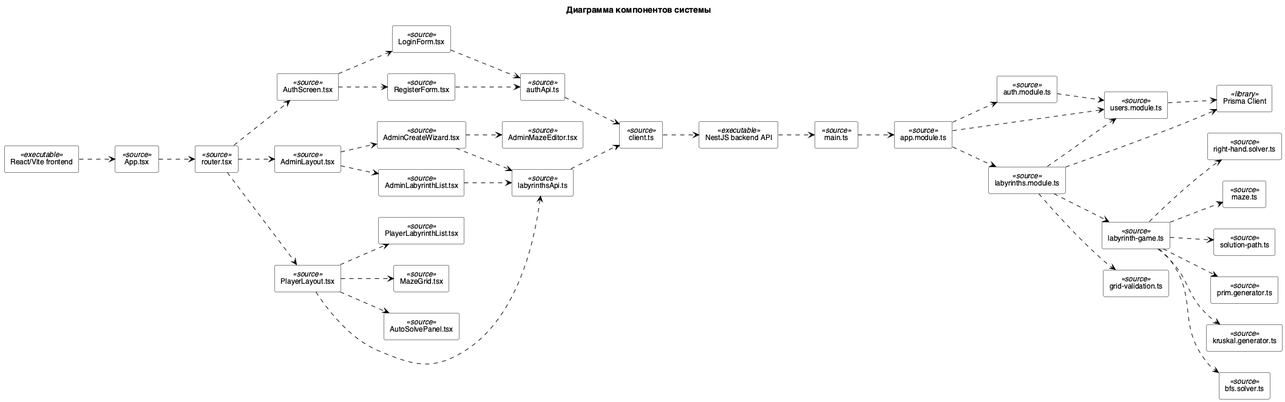
This is diagrams/components/component-diagram.png from ozcnii/software-engineering, a PlantUML export, as it was before one commit.
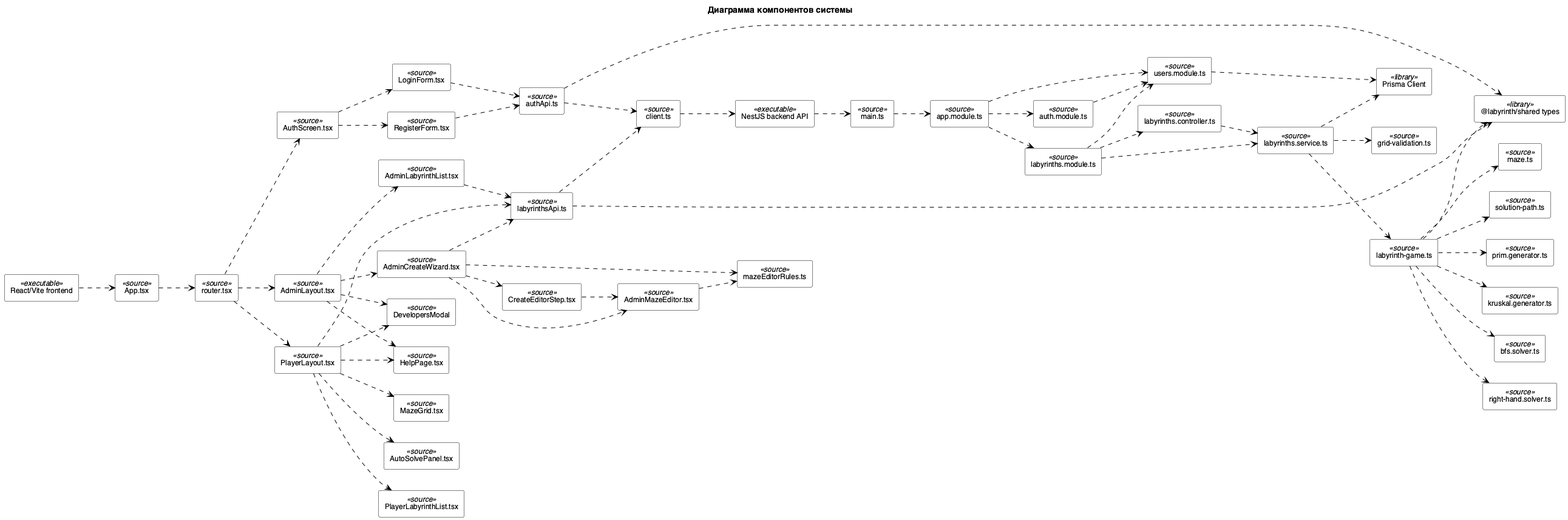
Above is the later version.

Change to the diagram source:
```diff
@@ -24,13 +24,18 @@
 component "AdminLabyrinthList.tsx" <<source>> as AdminList
 component "AdminCreateWizard.tsx" <<source>> as AdminCreate
 component "AdminMazeEditor.tsx" <<source>> as AdminEditor
+component "CreateEditorStep.tsx" <<source>> as CreateEditorStep
+component "mazeEditorRules.ts" <<source>> as MazeEditorRules
 component "PlayerLayout.tsx" <<source>> as PlayerLayout
 component "PlayerLabyrinthList.tsx" <<source>> as PlayerList
 component "MazeGrid.tsx" <<source>> as MazeGrid
 component "AutoSolvePanel.tsx" <<source>> as AutoSolvePanel
+component "HelpPage.tsx" <<source>> as HelpPage
+component "DevelopersModal" <<source>> as DevelopersModal
 component "client.ts" <<source>> as ClientApi
 component "authApi.ts" <<source>> as AuthApi
 component "labyrinthsApi.ts" <<source>> as LabyrinthsApi
+component "@labyrinth/shared types" <<library>> as SharedTypes
 
 component "NestJS backend API" <<executable>> as BackendApi
 component "main.ts" <<source>> as MainTs
@@ -38,6 +43,8 @@
 component "auth.module.ts" <<source>> as AuthModule
 component "users.module.ts" <<source>> as UsersModule
 component "labyrinths.module.ts" <<source>> as LabyrinthsModule
+component "labyrinths.controller.ts" <<source>> as LabyrinthsController
+component "labyrinths.service.ts" <<source>> as LabyrinthsService
 component "labyrinth-game.ts" <<source>> as LabyrinthGame
 component "maze.ts" <<source>> as Maze
 component "solution-path.ts" <<source>> as SolutionPath
@@ -56,11 +63,19 @@
 Router ..> AdminLayout
 AdminLayout ..> AdminList
 AdminLayout ..> AdminCreate
+AdminLayout ..> HelpPage
+AdminLayout ..> DevelopersModal
 AdminCreate ..> AdminEditor
+AdminCreate ..> CreateEditorStep
+AdminCreate ..> MazeEditorRules
+CreateEditorStep ..> AdminEditor
+AdminEditor ..> MazeEditorRules
 Router ..> PlayerLayout
 PlayerLayout ..> PlayerList
 PlayerLayout ..> MazeGrid
 PlayerLayout ..> AutoSolvePanel
+PlayerLayout ..> HelpPage
+PlayerLayout ..> DevelopersModal
 
 LoginForm ..> AuthApi
 RegisterForm ..> AuthApi
@@ -69,6 +84,8 @@
 PlayerLayout ..> LabyrinthsApi
 AuthApi ..> ClientApi
 LabyrinthsApi ..> ClientApi
+AuthApi ..> SharedTypes
+LabyrinthsApi ..> SharedTypes
 ClientApi ..> BackendApi
 
 BackendApi ..> MainTs
@@ -78,15 +95,19 @@
 AppModule ..> LabyrinthsModule
 AuthModule ..> UsersModule
 LabyrinthsModule ..> UsersModule
-LabyrinthsModule ..> LabyrinthGame
+LabyrinthsModule ..> LabyrinthsController
+LabyrinthsModule ..> LabyrinthsService
+LabyrinthsController ..> LabyrinthsService
+LabyrinthsService ..> LabyrinthGame
 LabyrinthGame ..> Maze
 LabyrinthGame ..> SolutionPath
 LabyrinthGame ..> PrimGenerator
 LabyrinthGame ..> KruskalGenerator
 LabyrinthGame ..> BfsSolver
 LabyrinthGame ..> RightHandSolver
-LabyrinthsModule ..> GridValidation
+LabyrinthsService ..> GridValidation
 UsersModule ..> PrismaClient
-LabyrinthsModule ..> PrismaClient
+LabyrinthsService ..> PrismaClient
+LabyrinthGame ..> SharedTypes
 
 @enduml
```
